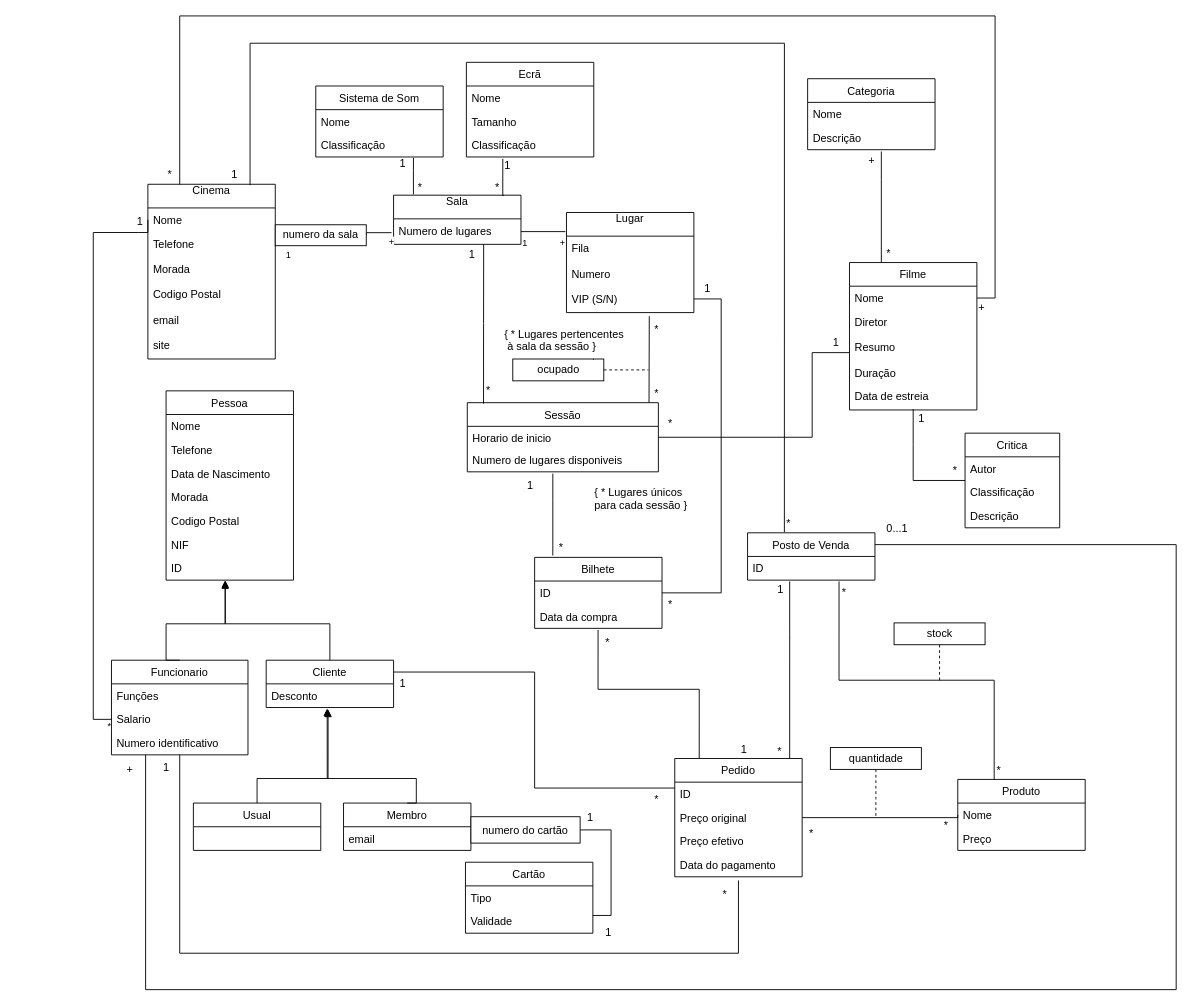
The draw.io diagram UML.drawio in GambuzX/Movie-Theater-DB, before the edit. Source tidied: cells renumbered, new cells numbered last; positions are measured from the earlier drawing's top-left corner, leaving out a move shared by most shapes. Both pictures are drawn from the tidied source at 91%, with x=0, y=0 at pixel (93, 15).
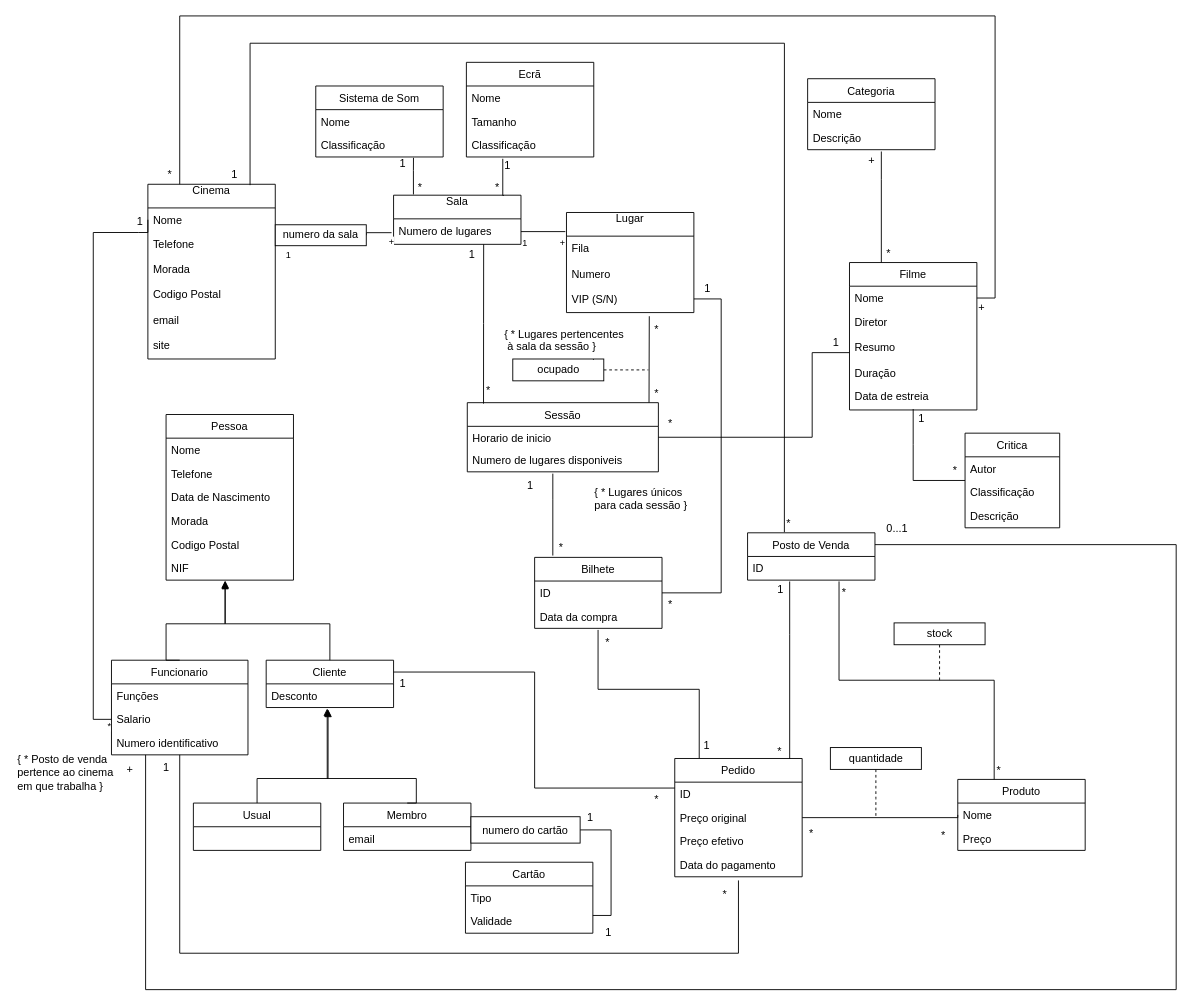
After the change.

The change refers to these unchanged cells:
```xml
<mxCell id="35" value="Funcionario" style="swimlane;fontStyle=0;horizontal=1;startSize=26;fillColor=none;" parent="1" vertex="1">
  <mxGeometry x="20" y="708" width="150" height="104" as="geometry" />
</mxCell>
<mxCell id="40" value="Cliente" style="swimlane;fontStyle=0;horizontal=1;startSize=26;fillColor=none;" parent="1" vertex="1">
  <mxGeometry x="190" y="708" width="140" height="52" as="geometry" />
</mxCell>
```

What changed in the source:
```diff
@@
     <mxCell id="25" value="Pessoa" style="swimlane;fontStyle=0;horizontal=1;startSize=26;fillColor=none;" parent="1" vertex="1">
-      <mxGeometry x="80" y="412" width="140" height="208" as="geometry" />
+      <mxGeometry x="80" y="438" width="140" height="182" as="geometry" />
     </mxCell>
@@
-    <mxCell id="32" value="ID" style="text;strokeColor=none;fillColor=none;align=left;verticalAlign=top;spacingLeft=4;spacingRight=4;overflow=hidden;points=[[0,0.5],[1,0.5]];portConstraint=eastwest;" parent="25" vertex="1">
-      <mxGeometry y="182" width="140" height="26" as="geometry" />
-    </mxCell>
@@
-    <mxCell id="42" style="endArrow=block;endFill=1;html=1;edgeStyle=orthogonalEdgeStyle;align=left;verticalAlign=top;exitX=0.5;exitY=0;exitDx=0;exitDy=0;entryX=0.464;entryY=1.038;entryDx=0;entryDy=0;entryPerimeter=0;rounded=0;" parent="1" edge="1" source="35" target="32">
+    <mxCell id="42" style="endArrow=block;endFill=1;html=1;edgeStyle=orthogonalEdgeStyle;align=left;verticalAlign=top;exitX=0.5;exitY=0;exitDx=0;exitDy=0;entryX=0.464;entryY=1.038;entryDx=0;entryDy=0;entryPerimeter=0;rounded=0;" parent="1" edge="1" source="35">
       <mxGeometry x="-1" relative="1" as="geometry">
+        <mxPoint x="144.9" y="621.5" as="targetPoint" />
         <Array as="points">
           <mxPoint x="80" y="708" />
           <mxPoint x="80" y="668" />
           <mxPoint x="145" y="668" />
         </Array>
       </mxGeometry>
     </mxCell>
-    <mxCell id="43" style="endArrow=block;endFill=1;html=1;edgeStyle=orthogonalEdgeStyle;align=left;verticalAlign=top;exitX=0.5;exitY=0;exitDx=0;exitDy=0;entryX=0.464;entryY=1;entryDx=0;entryDy=0;entryPerimeter=0;rounded=0;" parent="1" edge="1" source="40" target="32">
+    <mxCell id="43" style="endArrow=block;endFill=1;html=1;edgeStyle=orthogonalEdgeStyle;align=left;verticalAlign=top;exitX=0.5;exitY=0;exitDx=0;exitDy=0;entryX=0.464;entryY=1;entryDx=0;entryDy=0;entryPerimeter=0;rounded=0;" parent="1" edge="1" source="40">
       <mxGeometry x="-1" relative="1" as="geometry">
+        <mxPoint x="144.9" y="620.4" as="targetPoint" />
         <Array as="points">
           <mxPoint x="260" y="668" />
           <mxPoint x="145" y="668" />
         </Array>
       </mxGeometry>
     </mxCell>
@@
     <mxCell id="89" value="1" style="text;html=1;align=left;verticalAlign=top;spacingTop=-4;" parent="1" vertex="1">
-      <mxGeometry x="710" y="797" width="20" height="20" as="geometry" />
+      <mxGeometry x="669" y="792" width="20" height="20" as="geometry" />
     </mxCell>
@@
     <mxCell id="96" value="*" style="text;html=1;align=left;verticalAlign=top;spacingTop=-4;" parent="1" vertex="1">
-      <mxGeometry x="933" y="880" width="20" height="20" as="geometry" />
+      <mxGeometry x="930" y="891" width="20" height="20" as="geometry" />
     </mxCell>
@@
+    <mxCell id="152" value="{ * Posto de venda &lt;br&gt;pertence ao cinema &lt;br&gt;em que trabalha }" style="text;html=1;align=left;verticalAlign=top;spacingTop=-4;" parent="1" vertex="1">
+      <mxGeometry x="-85" y="808" width="120" height="40" as="geometry" />
+    </mxCell>
```
